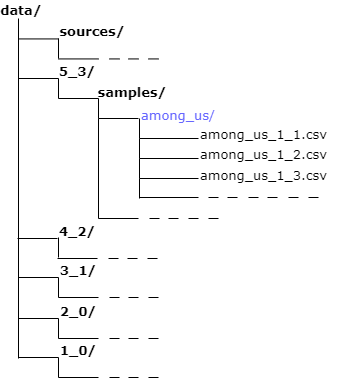
soeai/mappgraph keeps this draw.io diagram as images/samples.png. Above is the earlier version. Source tidied: cells renumbered, new cells last; positions are measured from the earlier drawing's top-left corner, leaving out a move shared by most shapes.
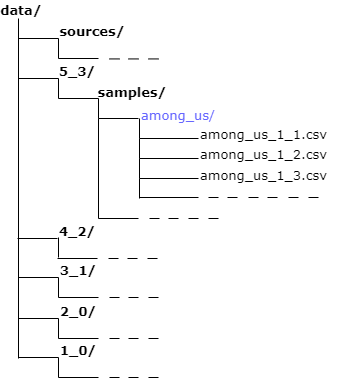
Above is the later version.

Change to the diagram source:
```diff
@@ -335,21 +335,9 @@
         <mxPoint x="157" y="377" as="targetPoint" />
       </mxGeometry>
     </mxCell>
-    <mxCell id="63" style="endArrow=none;html=1;" parent="1" edge="1">
-      <mxGeometry relative="1" as="geometry">
-        <mxPoint x="17" y="38.4" as="sourcePoint" />
-        <mxPoint x="57" y="38.4" as="targetPoint" />
-      </mxGeometry>
-    </mxCell>
     <mxCell id="64" value="&lt;font face=&quot;Verdana&quot;&gt;&lt;span style=&quot;font-size: 13px&quot;&gt;&lt;b&gt;sources/&lt;/b&gt;&lt;/span&gt;&lt;/font&gt;" style="text;html=1;strokeColor=none;fillColor=none;align=center;verticalAlign=middle;whiteSpace=wrap;rounded=0;shadow=0;glass=0;sketch=0;" parent="1" vertex="1">
       <mxGeometry x="71" y="21.4" width="40" height="20" as="geometry" />
     </mxCell>
-    <mxCell id="65" style="endArrow=none;html=1;" parent="1" edge="1">
-      <mxGeometry relative="1" as="geometry">
-        <mxPoint x="57" y="58.4" as="sourcePoint" />
-        <mxPoint x="97" y="58.4" as="targetPoint" />
-      </mxGeometry>
-    </mxCell>
     <mxCell id="66" style="endArrow=none;html=1;" parent="1" edge="1">
       <mxGeometry relative="1" as="geometry">
         <mxPoint x="108" y="58.4" as="sourcePoint" />
@@ -374,5 +362,17 @@
         <mxPoint x="57" y="38" as="targetPoint" />
       </mxGeometry>
     </mxCell>
+    <mxCell id="70" style="endArrow=none;html=1;" parent="1" edge="1">
+      <mxGeometry relative="1" as="geometry">
+        <mxPoint x="57" y="58" as="sourcePoint" />
+        <mxPoint x="97" y="58" as="targetPoint" />
+      </mxGeometry>
+    </mxCell>
+    <mxCell id="71" style="endArrow=none;html=1;" parent="1" edge="1">
+      <mxGeometry relative="1" as="geometry">
+        <mxPoint x="17" y="38" as="sourcePoint" />
+        <mxPoint x="57" y="38" as="targetPoint" />
+      </mxGeometry>
+    </mxCell>
   </root>
 </mxGraphModel>
```
